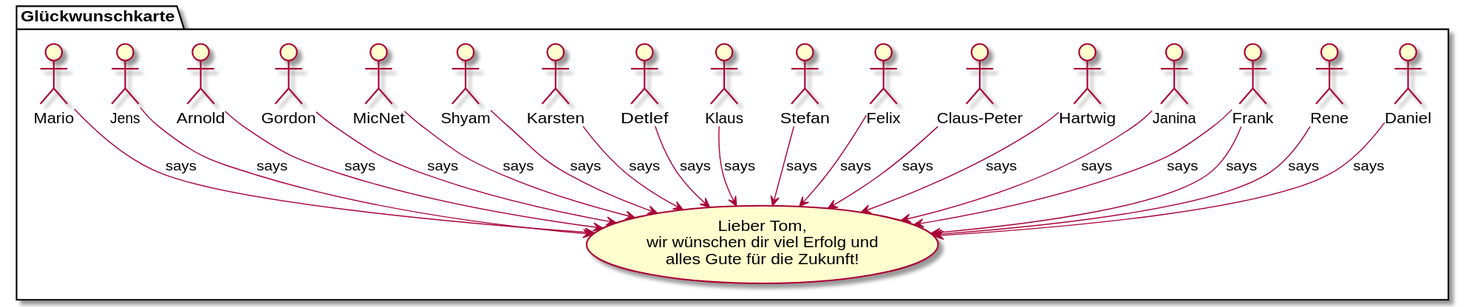
Above: rendered/greetings.svg in dkliem/alles-gute-tom (PlantUML), before the change.
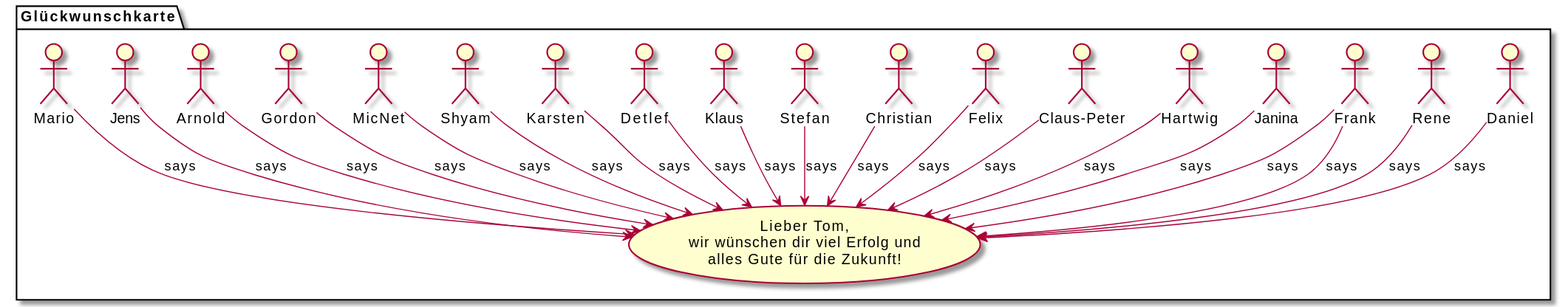
After the change.

The edit, as a diff of the source:
```diff
@@ -13,6 +13,7 @@
     :Hartwig: --> goodbye: says
     :Claus-Peter: --> goodbye: says
     :Felix: --> goodbye: says
+    :Christian: --> goodbye: says
     :Stefan: --> goodbye: says
     :Klaus: --> goodbye: says
     :Detlef: --> goodbye: says
```
